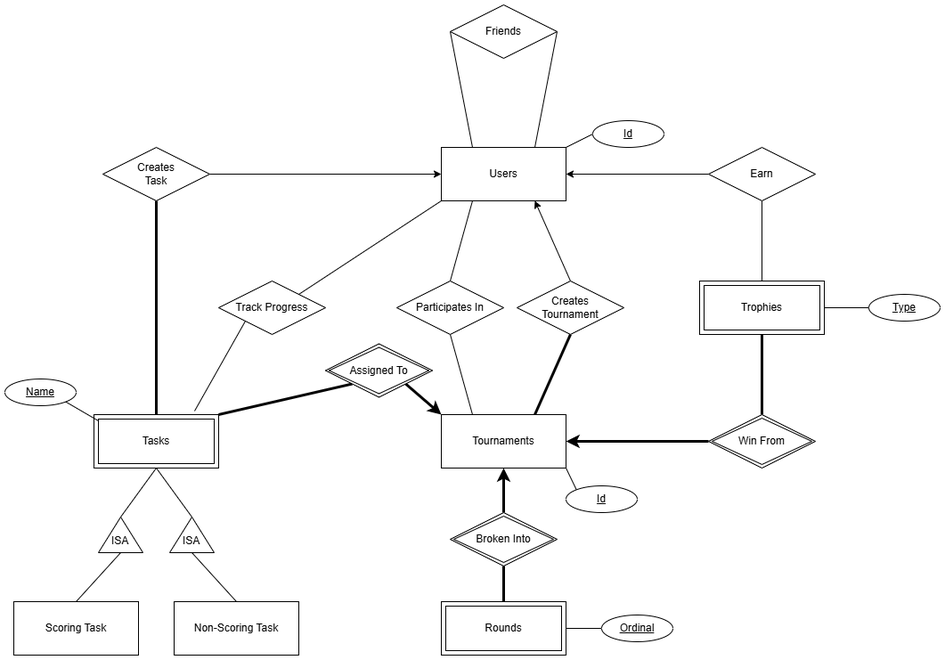
The draw.io diagram packages/db/design/ER_Diagram_v1.drawio.png in xgarcia17/OnPar, before a commit. Source tidied: cells renumbered, new cells last; positions are measured from the earlier drawing's top-left corner, leaving out a move shared by most shapes.
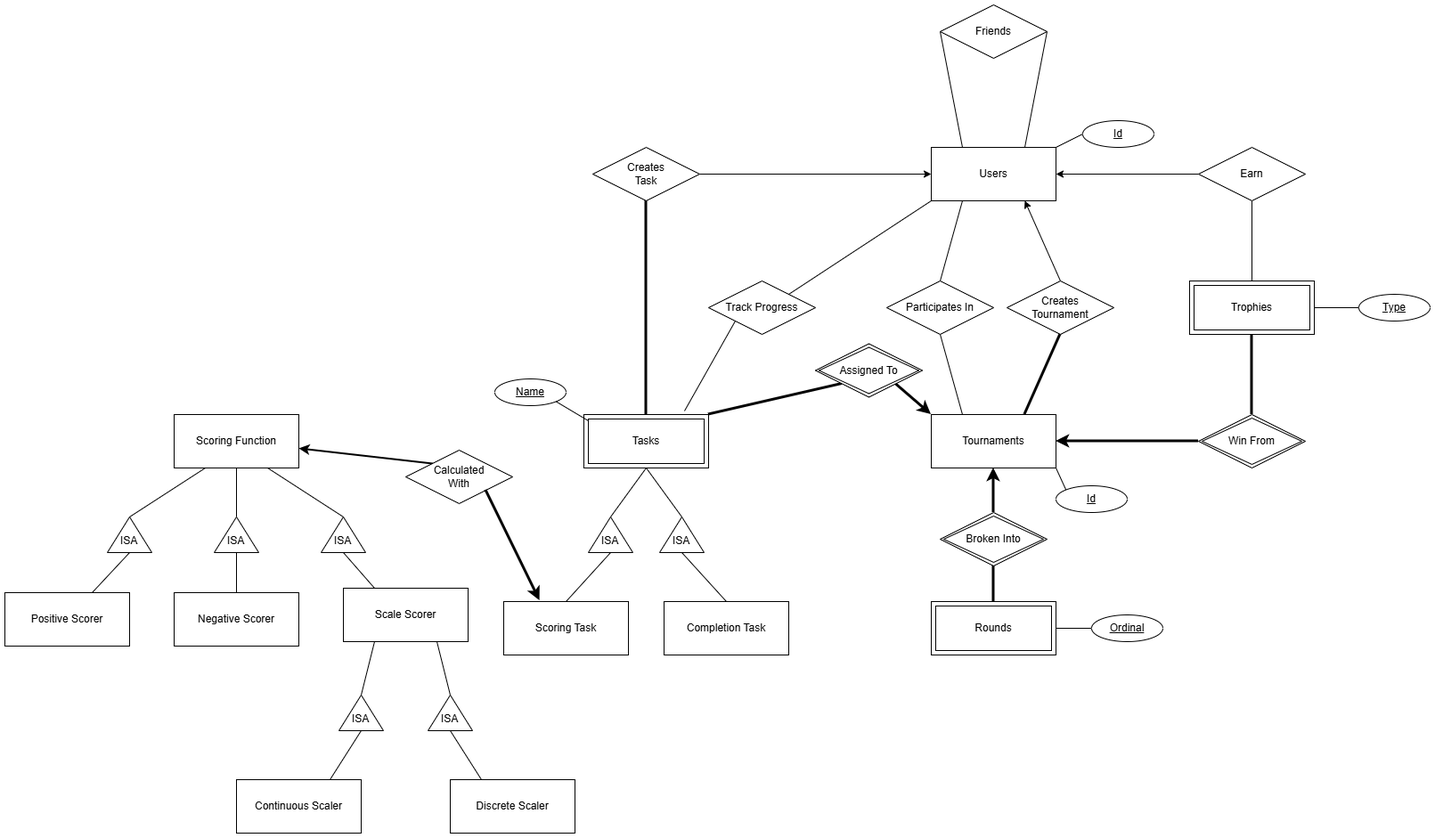
Later version of the same file.

What changed in the source:
```diff
@@ -101,7 +101,7 @@
     <mxCell id="34" style="rounded=0;jettySize=auto;html=1;exitX=1;exitY=0.5;exitDx=0;exitDy=0;entryX=0.5;entryY=1;entryDx=0;entryDy=0;endArrow=none;endFill=0;" parent="1" edge="1" source="36" target="43">
       <mxGeometry relative="1" as="geometry" />
     </mxCell>
-    <mxCell id="35" style="rounded=0;jettySize=auto;html=1;exitX=0;exitY=0.5;exitDx=0;exitDy=0;entryX=0.5;entryY=0;entryDx=0;entryDy=0;endArrow=none;endFill=0;" parent="1" edge="1" source="36" target="40">
+    <mxCell id="35" style="rounded=0;jettySize=auto;html=1;exitX=0;exitY=0.5;exitDx=0;exitDy=0;entryX=0.5;entryY=0;entryDx=0;entryDy=0;endArrow=none;endFill=0;" parent="1" edge="1" source="36" target="62">
       <mxGeometry relative="1" as="geometry" />
     </mxCell>
     <mxCell id="36" value="&lt;div&gt;&lt;span style=&quot;background-color: transparent; color: light-dark(rgb(0, 0, 0), rgb(255, 255, 255));&quot;&gt;ISA&lt;/span&gt;&lt;/div&gt;&lt;div&gt;&lt;br&gt;&lt;/div&gt;" style="triangle;whiteSpace=wrap;html=1;rotation=-90;textDirection=vertical-lr;" parent="1" vertex="1">
@@ -116,10 +116,10 @@
     <mxCell id="39" value="&lt;div&gt;&lt;span style=&quot;background-color: transparent; color: light-dark(rgb(0, 0, 0), rgb(255, 255, 255));&quot;&gt;ISA&lt;/span&gt;&lt;/div&gt;&lt;div&gt;&lt;br&gt;&lt;/div&gt;" style="triangle;whiteSpace=wrap;html=1;rotation=-90;textDirection=vertical-lr;" parent="1" vertex="1">
       <mxGeometry x="190" y="570" width="40" height="50" as="geometry" />
     </mxCell>
-    <mxCell id="40" value="Scoring Task" style="whiteSpace=wrap;html=1;align=center;" parent="1" vertex="1">
-      <mxGeometry x="10" y="670" width="140" height="60" as="geometry" />
+    <mxCell id="40" value="Scoring Function" style="whiteSpace=wrap;html=1;align=center;" parent="1" vertex="1">
+      <mxGeometry x="-360" y="460" width="140" height="60" as="geometry" />
     </mxCell>
-    <mxCell id="41" value="Non-Scoring Task" style="whiteSpace=wrap;html=1;align=center;" parent="1" vertex="1">
+    <mxCell id="41" value="Completion Task" style="whiteSpace=wrap;html=1;align=center;" parent="1" vertex="1">
       <mxGeometry x="190" y="670" width="140" height="60" as="geometry" />
     </mxCell>
     <mxCell id="42" style="rounded=0;jettySize=auto;html=1;exitX=1;exitY=0;exitDx=0;exitDy=0;entryX=0;entryY=1;entryDx=0;entryDy=0;endArrow=none;endFill=0;strokeWidth=3;" parent="1" edge="1" source="43" target="44">
@@ -152,5 +152,77 @@
     <mxCell id="51" value="Track Progress" style="shape=rhombus;perimeter=rhombusPerimeter;whiteSpace=wrap;html=1;align=center;" parent="1" vertex="1">
       <mxGeometry x="240" y="310" width="120" height="60" as="geometry" />
     </mxCell>
+    <mxCell id="52" style="rounded=0;jettySize=auto;html=1;exitX=1;exitY=0.5;exitDx=0;exitDy=0;entryX=0.25;entryY=1;entryDx=0;entryDy=0;endArrow=none;endFill=0;" parent="1" edge="1" source="54" target="40">
+      <mxGeometry relative="1" as="geometry" />
+    </mxCell>
+    <mxCell id="53" style="rounded=0;jettySize=auto;html=1;exitX=0;exitY=0.5;exitDx=0;exitDy=0;endArrow=none;endFill=0;" parent="1" edge="1" source="54" target="61">
+      <mxGeometry relative="1" as="geometry" />
+    </mxCell>
+    <mxCell id="54" value="&lt;div&gt;&lt;span style=&quot;background-color: transparent; color: light-dark(rgb(0, 0, 0), rgb(255, 255, 255));&quot;&gt;ISA&lt;/span&gt;&lt;/div&gt;&lt;div&gt;&lt;br&gt;&lt;/div&gt;" style="triangle;whiteSpace=wrap;html=1;rotation=-90;textDirection=vertical-lr;" parent="1" vertex="1">
+      <mxGeometry x="-430" y="570" width="40" height="50" as="geometry" />
+    </mxCell>
+    <mxCell id="55" style="edgeStyle=orthogonalEdgeStyle;rounded=0;jettySize=auto;html=1;exitX=1;exitY=0.5;exitDx=0;exitDy=0;entryX=0.5;entryY=1;entryDx=0;entryDy=0;endArrow=none;endFill=0;" parent="1" edge="1" source="57" target="40">
+      <mxGeometry relative="1" as="geometry" />
+    </mxCell>
+    <mxCell id="56" style="edgeStyle=orthogonalEdgeStyle;rounded=0;jettySize=auto;html=1;exitX=0;exitY=0.5;exitDx=0;exitDy=0;entryX=0.5;entryY=0;entryDx=0;entryDy=0;endArrow=none;endFill=0;" parent="1" edge="1" source="57" target="66">
+      <mxGeometry relative="1" as="geometry" />
+    </mxCell>
+    <mxCell id="57" value="&lt;div&gt;&lt;span style=&quot;background-color: transparent; color: light-dark(rgb(0, 0, 0), rgb(255, 255, 255));&quot;&gt;ISA&lt;/span&gt;&lt;/div&gt;&lt;div&gt;&lt;br&gt;&lt;/div&gt;" style="triangle;whiteSpace=wrap;html=1;rotation=-90;textDirection=vertical-lr;" parent="1" vertex="1">
+      <mxGeometry x="-310" y="570" width="40" height="50" as="geometry" />
+    </mxCell>
+    <mxCell id="58" style="rounded=0;jettySize=auto;html=1;exitX=1;exitY=0.5;exitDx=0;exitDy=0;entryX=0.75;entryY=1;entryDx=0;entryDy=0;endArrow=none;endFill=0;" parent="1" edge="1" source="60" target="40">
+      <mxGeometry relative="1" as="geometry" />
+    </mxCell>
+    <mxCell id="59" style="rounded=0;jettySize=auto;html=1;exitX=0;exitY=0.5;exitDx=0;exitDy=0;entryX=0.25;entryY=0;entryDx=0;entryDy=0;endArrow=none;endFill=0;" parent="1" edge="1" source="60" target="67">
+      <mxGeometry relative="1" as="geometry" />
+    </mxCell>
+    <mxCell id="60" value="&lt;div&gt;&lt;span style=&quot;background-color: transparent; color: light-dark(rgb(0, 0, 0), rgb(255, 255, 255));&quot;&gt;ISA&lt;/span&gt;&lt;/div&gt;&lt;div&gt;&lt;br&gt;&lt;/div&gt;" style="triangle;whiteSpace=wrap;html=1;rotation=-90;textDirection=vertical-lr;" parent="1" vertex="1">
+      <mxGeometry x="-190" y="570" width="40" height="50" as="geometry" />
+    </mxCell>
+    <mxCell id="61" value="Positive Scorer" style="whiteSpace=wrap;html=1;align=center;" parent="1" vertex="1">
+      <mxGeometry x="-550" y="660" width="140" height="60" as="geometry" />
+    </mxCell>
+    <mxCell id="62" value="Scoring Task" style="whiteSpace=wrap;html=1;align=center;" parent="1" vertex="1">
+      <mxGeometry x="10" y="670" width="140" height="60" as="geometry" />
+    </mxCell>
+    <mxCell id="63" style="rounded=0;jettySize=auto;html=1;exitX=0;exitY=0;exitDx=0;exitDy=0;strokeWidth=2;" parent="1" edge="1" source="64" target="40">
+      <mxGeometry relative="1" as="geometry" />
+    </mxCell>
+    <mxCell id="64" value="Calculated&lt;div&gt;With&lt;/div&gt;" style="shape=rhombus;perimeter=rhombusPerimeter;whiteSpace=wrap;html=1;align=center;" parent="1" vertex="1">
+      <mxGeometry x="-100" y="500" width="120" height="60" as="geometry" />
+    </mxCell>
+    <mxCell id="65" style="rounded=0;jettySize=auto;html=1;exitX=1;exitY=1;exitDx=0;exitDy=0;entryX=0.29;entryY=-0.017;entryDx=0;entryDy=0;entryPerimeter=0;endArrow=classic;endFill=1;strokeWidth=3;" parent="1" edge="1" source="64" target="62">
+      <mxGeometry relative="1" as="geometry" />
+    </mxCell>
+    <mxCell id="66" value="Negative Scorer" style="whiteSpace=wrap;html=1;align=center;" parent="1" vertex="1">
+      <mxGeometry x="-360" y="660" width="140" height="60" as="geometry" />
+    </mxCell>
+    <mxCell id="67" value="Scale Scorer" style="whiteSpace=wrap;html=1;align=center;" parent="1" vertex="1">
+      <mxGeometry x="-170" y="655" width="140" height="60" as="geometry" />
+    </mxCell>
+    <mxCell id="68" style="rounded=0;jettySize=auto;html=1;exitX=1;exitY=0.5;exitDx=0;exitDy=0;entryX=0.25;entryY=1;entryDx=0;entryDy=0;endArrow=none;endFill=0;" parent="1" edge="1" source="70" target="67">
+      <mxGeometry relative="1" as="geometry" />
+    </mxCell>
+    <mxCell id="69" style="rounded=0;jettySize=auto;html=1;exitX=0;exitY=0.5;exitDx=0;exitDy=0;entryX=0.75;entryY=0;entryDx=0;entryDy=0;endArrow=none;endFill=0;" parent="1" edge="1" source="70" target="74">
+      <mxGeometry relative="1" as="geometry" />
+    </mxCell>
+    <mxCell id="70" value="&lt;div&gt;&lt;span style=&quot;background-color: transparent; color: light-dark(rgb(0, 0, 0), rgb(255, 255, 255));&quot;&gt;ISA&lt;/span&gt;&lt;/div&gt;&lt;div&gt;&lt;br&gt;&lt;/div&gt;" style="triangle;whiteSpace=wrap;html=1;rotation=-90;textDirection=vertical-lr;" parent="1" vertex="1">
+      <mxGeometry x="-170" y="770" width="40" height="50" as="geometry" />
+    </mxCell>
+    <mxCell id="71" style="rounded=0;jettySize=auto;html=1;exitX=1;exitY=0.5;exitDx=0;exitDy=0;entryX=0.75;entryY=1;entryDx=0;entryDy=0;endArrow=none;endFill=0;" parent="1" edge="1" source="73" target="67">
+      <mxGeometry relative="1" as="geometry" />
+    </mxCell>
+    <mxCell id="72" style="rounded=0;jettySize=auto;html=1;exitX=0;exitY=0.5;exitDx=0;exitDy=0;entryX=0.25;entryY=0;entryDx=0;entryDy=0;endArrow=none;endFill=0;" parent="1" edge="1" source="73" target="75">
+      <mxGeometry relative="1" as="geometry" />
+    </mxCell>
+    <mxCell id="73" value="&lt;div&gt;&lt;span style=&quot;background-color: transparent; color: light-dark(rgb(0, 0, 0), rgb(255, 255, 255));&quot;&gt;ISA&lt;/span&gt;&lt;/div&gt;&lt;div&gt;&lt;br&gt;&lt;/div&gt;" style="triangle;whiteSpace=wrap;html=1;rotation=-90;textDirection=vertical-lr;" parent="1" vertex="1">
+      <mxGeometry x="-70" y="770" width="40" height="50" as="geometry" />
+    </mxCell>
+    <mxCell id="74" value="Continuous Scaler" style="whiteSpace=wrap;html=1;align=center;" parent="1" vertex="1">
+      <mxGeometry x="-290" y="870" width="140" height="60" as="geometry" />
+    </mxCell>
+    <mxCell id="75" value="Discrete Scaler" style="whiteSpace=wrap;html=1;align=center;" parent="1" vertex="1">
+      <mxGeometry x="-50" y="870" width="140" height="60" as="geometry" />
+    </mxCell>
   </root>
 </mxGraphModel>
```
